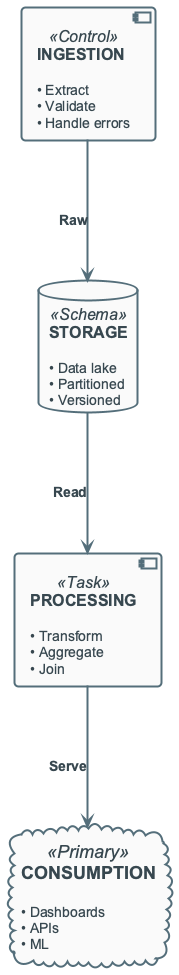
The PlantUML diagram diagrams/week01/week1_lifecycle_phases.png in OrPerets/data-engineering-course, before a commit.
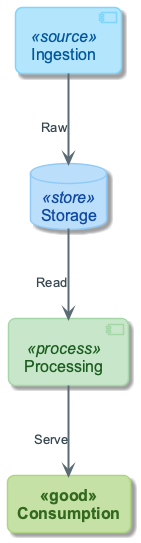
After the change.

Diff of the diagram source:
```diff
@@ -1,16 +1,18 @@
 @startuml
 !include ../_template_styles.puml
+!include _week1_visual_style.puml
+
 left to right direction
-component "**INGESTION**\n\n<size:14>• Extract</size>\n<size:14>• Validate</size>\n<size:14>• Handle errors</size>" as I <<Control>>
+skinparam nodesep 90
+skinparam ranksep 70
 
-database "**STORAGE**\n\n<size:14>• Data lake</size>\n<size:14>• Partitioned</size>\n<size:14>• Versioned</size>" as S <<Schema>>
+component "Ingestion" as I <<source>>
+database "Storage" as S <<store>>
+component "Processing" as P <<process>>
+rectangle "Consumption" as C <<good>>
 
-component "**PROCESSING**\n\n<size:14>• Transform</size>\n<size:14>• Aggregate</size>\n<size:14>• Join</size>" as P <<Task>>
-
-cloud "**CONSUMPTION**\n\n<size:14>• Dashboards</size>\n<size:14>• APIs</size>\n<size:14>• ML</size>" as C <<Primary>>
-
-I -> S : **Raw**
-S -> P : **Read**
-P -> C : **Serve**
+I -right-> S : Raw
+S -right-> P : Read
+P -right-> C : Serve
 
 @enduml
```
